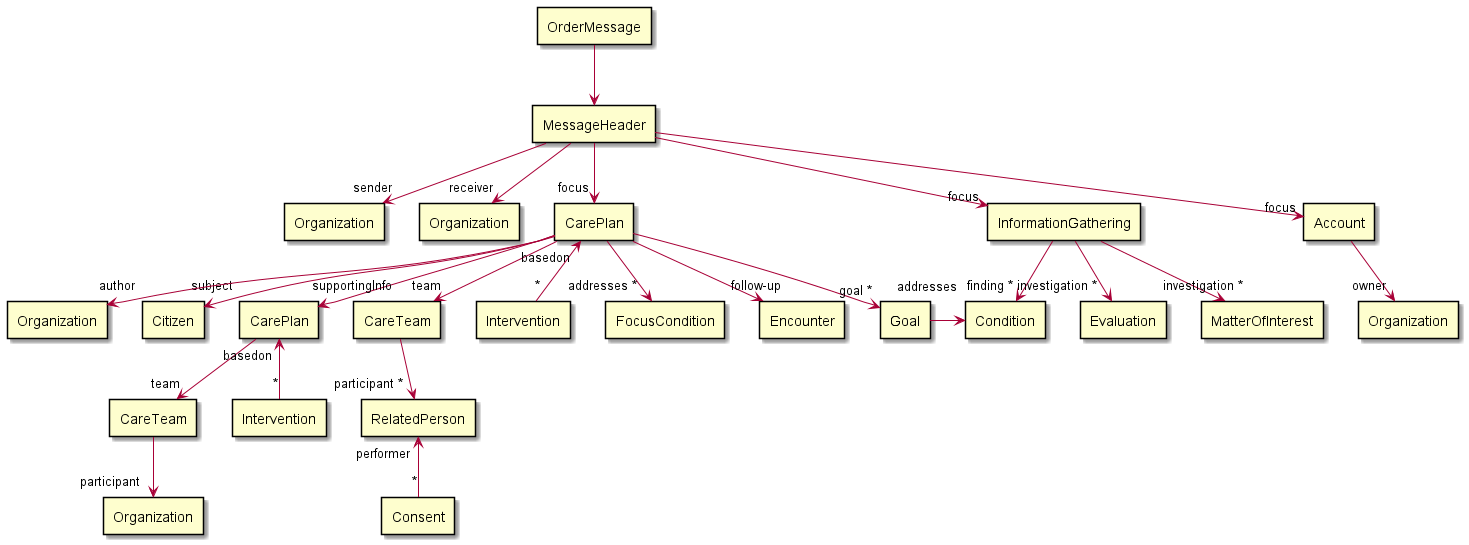
Earlier version of the PlantUML export out/input/images-sources/CarePlanOrder/CarePlanOrder.png (hl7dk/kl-ffb-messaging). Source of this version:
```plantuml
@startuml CarePlanOrder

rectangle "OrderMessage" as message
rectangle "MessageHeader" as messageheader
rectangle "Organization" as sender
rectangle "Organization" as receiver
rectangle "CarePlan" as careplan
rectangle "InformationGathering" as information
rectangle "Account" as account
rectangle "Organization" as author
rectangle "Citizen" as citizen
rectangle "CarePlan" as relatedcareplan
rectangle "CareTeam" as team
rectangle "RelatedPerson" as relatedperson
rectangle "Consent" as consent
rectangle "Intervention" as intervention
rectangle "FocusCondition" as focuscondition
rectangle "Encounter" as followup
rectangle "Intervention" as relatedintervention
rectangle "CareTeam" as relatedcareteam
rectangle "Organization" as relatedorganization
rectangle "Goal" as goal
rectangle "Evaluation" as evaluation
rectangle "MatterOfInterest" as theme
rectangle "Condition" as condition
rectangle "Organization" as payer

message --> messageheader
messageheader -->"sender" sender
messageheader -->"receiver" receiver
messageheader -->"focus" careplan
messageheader -->"focus" information
careplan -->"subject" citizen
careplan -->"author" author
careplan -->"addresses *" focuscondition
careplan -->"goal *" goal
careplan -->"team" team
team -->"participant *" relatedperson
careplan "basedon"<--"*" intervention
careplan -->"follow-up" followup
relatedcareplan -->"team" relatedcareteam
relatedcareplan "basedon"<--"*" relatedintervention
relatedcareteam -->"participant " relatedorganization
relatedperson "performer"<--"*" consent
careplan -->"supportingInfo" relatedcareplan
information -->"finding *" condition
information -->"investigation *" theme
information -->"investigation *" evaluation
messageheader -->"focus" account
account -->"owner" payer

goal ->"addresses" condition

condition .[hidden] evaluation
evaluation .[hidden] theme
@enduml
```
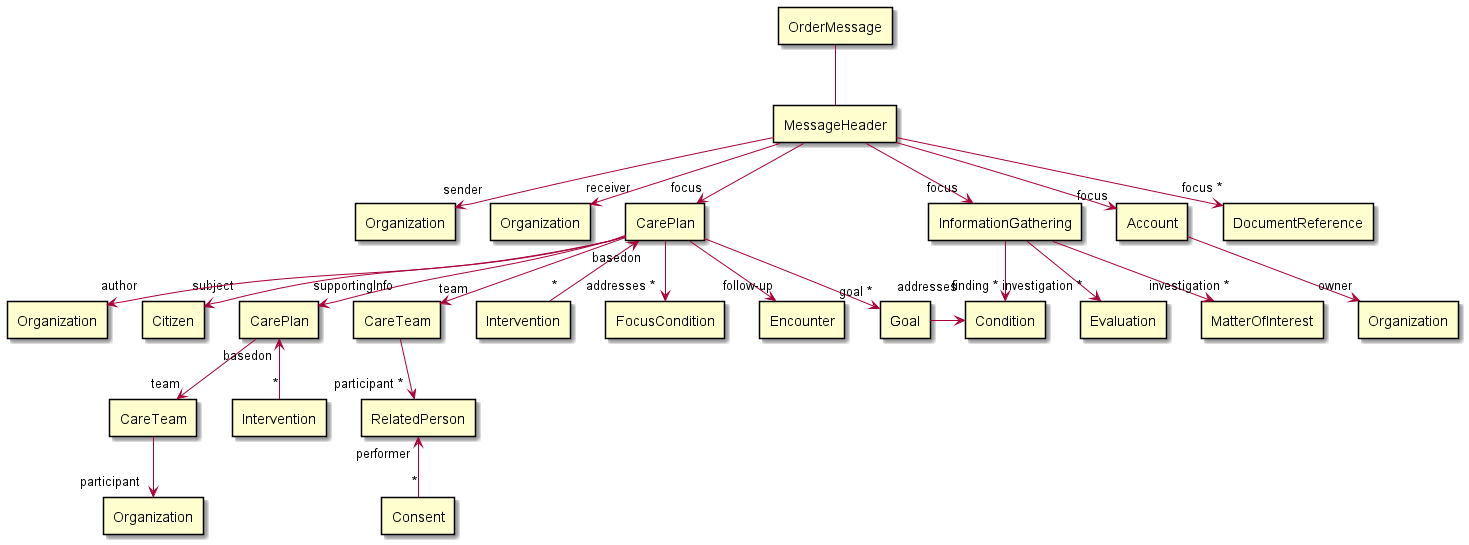
After the commit.

Change to the diagram source:
```diff
@@ -24,8 +24,9 @@
 rectangle "MatterOfInterest" as theme
 rectangle "Condition" as condition
 rectangle "Organization" as payer
+rectangle "DocumentReference" as attachment
 
-message --> messageheader
+message -- messageheader
 messageheader -->"sender" sender
 messageheader -->"receiver" receiver
 messageheader -->"focus" careplan
@@ -48,6 +49,7 @@
 information -->"investigation *" evaluation
 messageheader -->"focus" account
 account -->"owner" payer
+messageheader -->"focus *" attachment
 
 goal ->"addresses" condition
 
```
